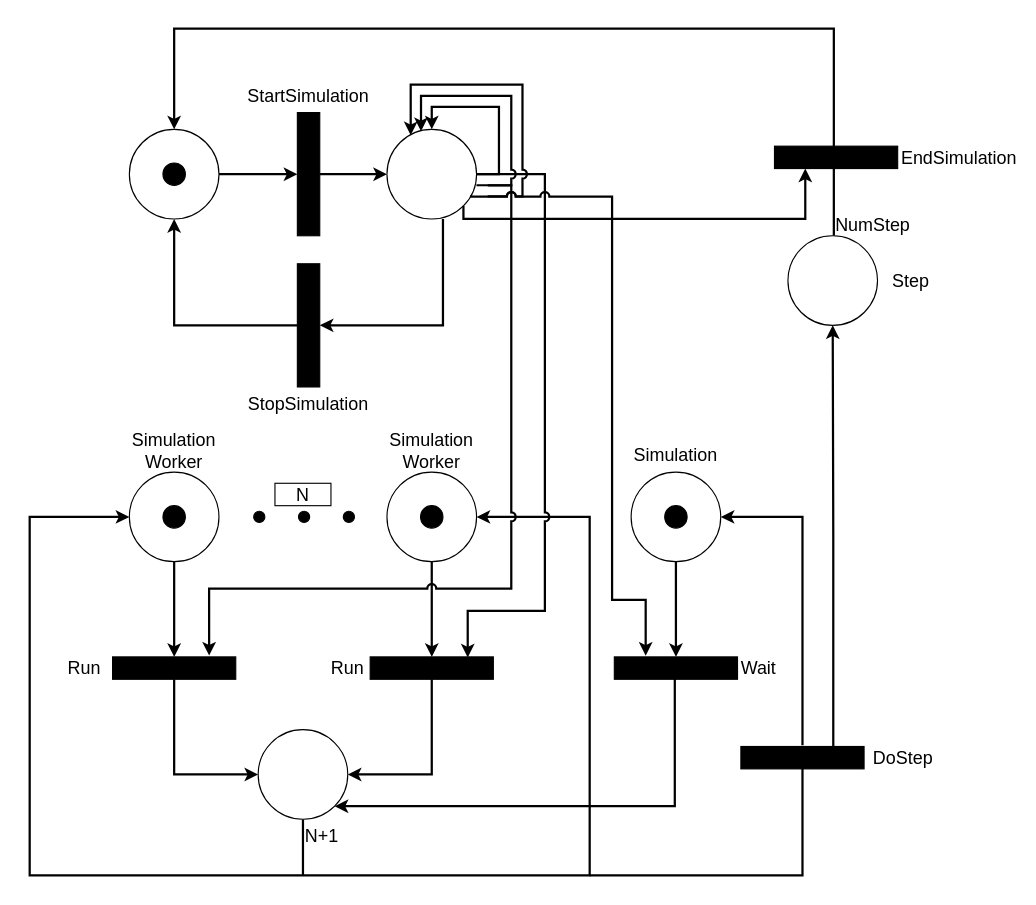
Above: page "petrinet" (2 of 2) of PCD_ASS01.drawio in zucchero-sintattico/PCD-ASS02-23-24 (draw.io), before the change. Source tidied: cells renumbered, new cells numbered last; positions are measured from the earlier drawing's top-left corner, leaving out a move shared by most shapes. Both pictures are drawn from the tidied source at 112%, with x=0, y=0 at pixel (29, 28).
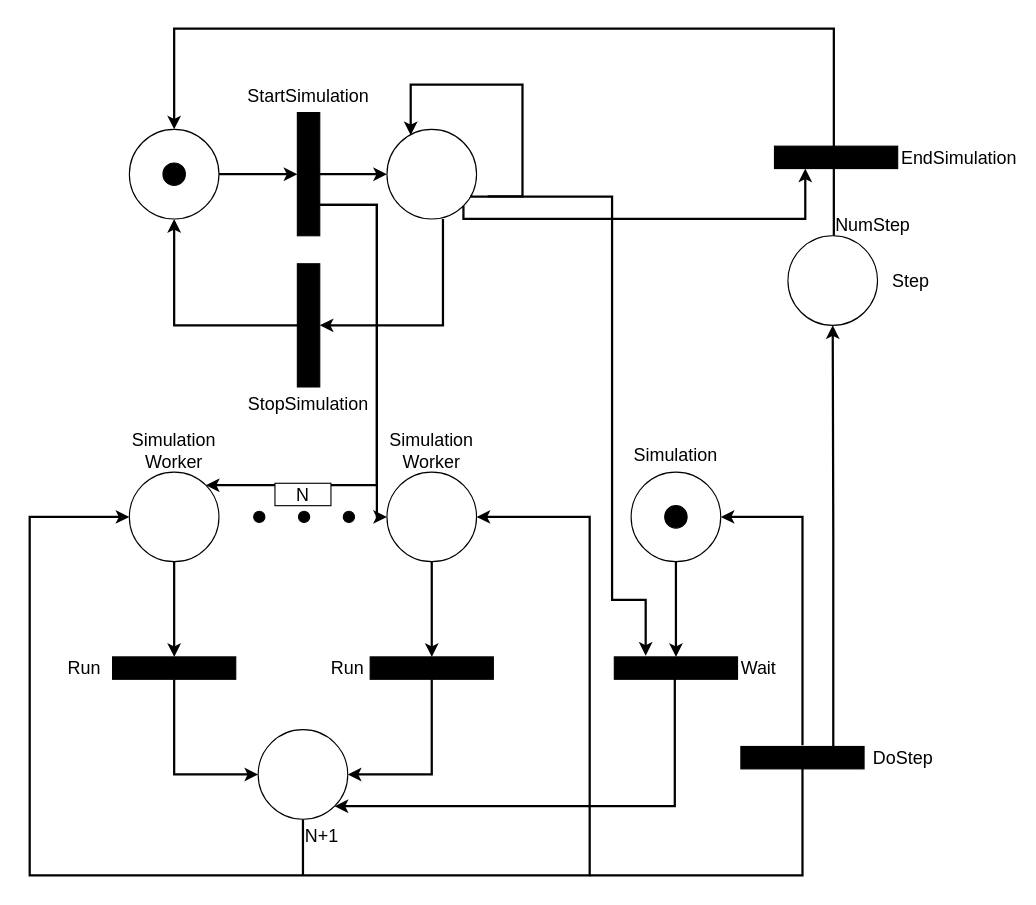
After the change.

The change refers to these unchanged cells:
```xml
<mxCell id="6" style="rounded=0;whiteSpace=wrap;html=1;fillColor=#000000;" parent="1" vertex="1">
  <mxGeometry x="239" y="75" width="20" height="110" as="geometry" />
</mxCell>
<mxCell id="13" style="ellipse;whiteSpace=wrap;html=1;" parent="1" vertex="1">
  <mxGeometry x="89" y="396" width="80" height="80" as="geometry" />
</mxCell>
<mxCell id="21" style="rounded=0;whiteSpace=wrap;html=1;fillColor=#000000;rotation=90;" parent="1" vertex="1">
  <mxGeometry x="119" y="516" width="20" height="110" as="geometry" />
</mxCell>
<mxCell id="23" style="rounded=0;whiteSpace=wrap;html=1;fillColor=#000000;rotation=90;" parent="1" vertex="1">
  <mxGeometry x="349" y="516" width="20" height="110" as="geometry" />
</mxCell>
<mxCell id="31" style="ellipse;whiteSpace=wrap;html=1;" parent="1" vertex="1">
  <mxGeometry x="319" y="396" width="80" height="80" as="geometry" />
</mxCell>
<mxCell id="36" style="ellipse;whiteSpace=wrap;html=1;" parent="1" vertex="1">
  <mxGeometry x="319" y="90" width="80" height="80" as="geometry" />
</mxCell>
```

Change to the diagram source:
```diff
@@
+    <mxCell id="61" style="edgeStyle=orthogonalEdgeStyle;rounded=0;jettySize=auto;html=1;exitX=1;exitY=0.75;exitDx=0;exitDy=0;entryX=1;entryY=0;entryDx=0;entryDy=0;strokeWidth=2;" parent="1" edge="1" source="6" target="13">
+      <mxGeometry relative="1" as="geometry">
+        <Array as="points">
+          <mxPoint x="310" y="158" />
+          <mxPoint x="310" y="408" />
+        </Array>
+      </mxGeometry>
+    </mxCell>
@@
-    <mxCell id="15" style="ellipse;whiteSpace=wrap;html=1;fillColor=#000000;" parent="1" vertex="1">
-      <mxGeometry x="119" y="426" width="20" height="20" as="geometry" />
-    </mxCell>
@@
+    <mxCell id="62" style="edgeStyle=orthogonalEdgeStyle;rounded=0;jettySize=auto;html=1;exitX=0;exitY=0.5;exitDx=0;exitDy=0;entryX=1;entryY=0.75;entryDx=0;entryDy=0;startArrow=classic;startFill=1;endArrow=none;endFill=0;strokeWidth=2;" parent="1" edge="1" source="31" target="6">
+      <mxGeometry relative="1" as="geometry">
+        <Array as="points">
+          <mxPoint x="310" y="436" />
+          <mxPoint x="310" y="158" />
+        </Array>
+      </mxGeometry>
+    </mxCell>
@@
-    <mxCell id="35" style="edgeStyle=orthogonalEdgeStyle;rounded=0;jettySize=auto;html=1;exitX=1;exitY=0.5;exitDx=0;exitDy=0;entryX=0.029;entryY=0.208;entryDx=0;entryDy=0;entryPerimeter=0;strokeWidth=2;jumpStyle=arc;" parent="1" edge="1" source="36" target="23">
-      <mxGeometry relative="1" as="geometry">
-        <Array as="points">
-          <mxPoint x="460" y="130" />
-          <mxPoint x="460" y="520" />
-          <mxPoint x="391" y="520" />
-        </Array>
-      </mxGeometry>
-    </mxCell>
@@
-    <mxCell id="37" style="edgeStyle=orthogonalEdgeStyle;rounded=0;orthogonalLoop=1;jettySize=auto;html=1;exitX=1;exitY=0.5;exitDx=0;exitDy=0;entryX=0.5;entryY=0;entryDx=0;entryDy=0;strokeWidth=2;" parent="1" edge="1" source="36" target="36">
-      <mxGeometry relative="1" as="geometry">
-        <Array as="points">
-          <mxPoint x="419" y="130" />
-          <mxPoint x="419" y="70" />
-          <mxPoint x="359" y="70" />
-        </Array>
-      </mxGeometry>
-    </mxCell>
-    <mxCell id="38" style="edgeStyle=orthogonalEdgeStyle;rounded=0;orthogonalLoop=1;jettySize=auto;html=1;entryX=0.368;entryY=0.021;entryDx=0;entryDy=0;entryPerimeter=0;exitX=0.986;exitY=0.624;exitDx=0;exitDy=0;exitPerimeter=0;strokeWidth=2;jumpStyle=arc;" parent="1" edge="1">
-      <mxGeometry relative="1" as="geometry">
-        <mxPoint x="398.9" y="139.9" as="sourcePoint" />
-        <mxPoint x="349.4" y="91.7" as="targetPoint" />
-        <Array as="points">
-          <mxPoint x="430" y="140" />
-          <mxPoint x="430" y="60" />
-          <mxPoint x="349" y="60" />
-        </Array>
-      </mxGeometry>
-    </mxCell>
-    <mxCell id="39" style="edgeStyle=orthogonalEdgeStyle;rounded=0;jettySize=auto;html=1;exitX=1;exitY=0.5;exitDx=0;exitDy=0;entryX=-0.057;entryY=0.216;entryDx=0;entryDy=0;entryPerimeter=0;strokeWidth=2;jumpStyle=arc;" parent="1" edge="1" target="21">
-      <mxGeometry relative="1" as="geometry">
-        <mxPoint x="409" y="140" as="sourcePoint" />
-        <Array as="points">
-          <mxPoint x="430" y="140" />
-          <mxPoint x="430" y="500" />
-          <mxPoint x="160" y="500" />
-        </Array>
-      </mxGeometry>
-    </mxCell>
-    <mxCell id="40" style="ellipse;whiteSpace=wrap;html=1;fillColor=#000000;" parent="1" vertex="1">
-      <mxGeometry x="349" y="426" width="20" height="20" as="geometry" />
-    </mxCell>
```
